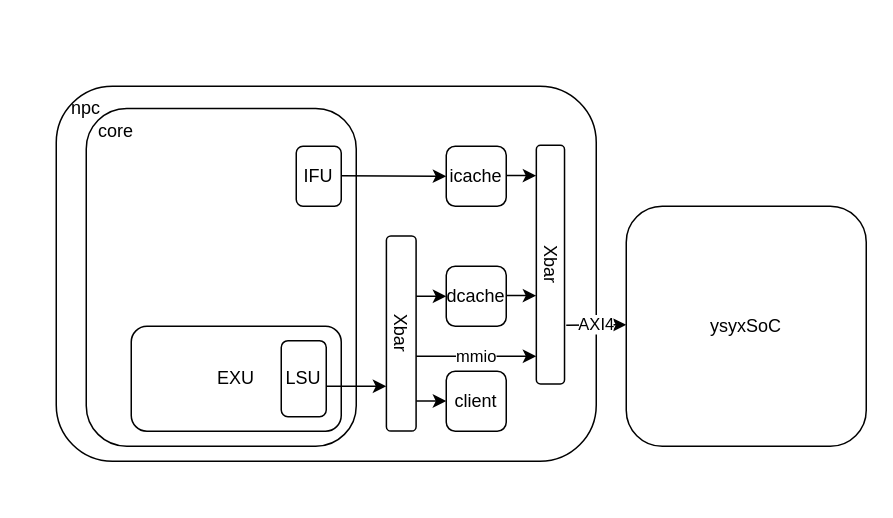
Above: npc_architecture.drawio in DavidZyy/drawio_repo (draw.io), before the change. Source tidied: cells renumbered, new cells numbered last; positions are measured from the earlier drawing's top-left corner, leaving out a move shared by most shapes. Both pictures are drawn from the tidied source at 150%, with x=0, y=0 at pixel (40, 86).
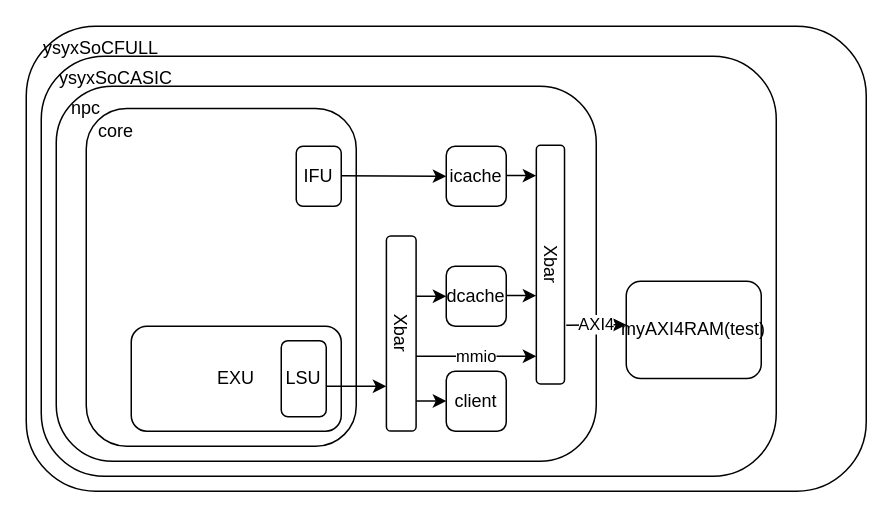
The same diagram, later.

Diff of the diagram source:
```diff
@@
+    <mxCell id="23" style="rounded=1;whiteSpace=wrap;html=1;fillColor=none;" parent="1" vertex="1">
+      <mxGeometry x="-10" y="-40" width="560" height="310" as="geometry" />
+    </mxCell>
+    <mxCell id="16" style="rounded=1;whiteSpace=wrap;html=1;fillColor=none;" parent="1" vertex="1">
+      <mxGeometry y="-20" width="490" height="280" as="geometry" />
+    </mxCell>
@@
-    <mxCell id="16" value="ysyxSoC" style="rounded=1;whiteSpace=wrap;html=1;fillColor=none;" parent="1" vertex="1">
-      <mxGeometry x="390" y="80" width="160" height="160" as="geometry" />
-    </mxCell>
@@
+    <mxCell id="24" value="ysyxSoCASIC" style="text;strokeColor=none;align=center;fillColor=none;html=1;verticalAlign=middle;whiteSpace=wrap;rounded=0;" parent="1" vertex="1">
+      <mxGeometry x="20" y="-20" width="60" height="30" as="geometry" />
+    </mxCell>
+    <mxCell id="25" value="ysyxSoCFULL" style="text;strokeColor=none;align=center;fillColor=none;html=1;verticalAlign=middle;whiteSpace=wrap;rounded=0;" parent="1" vertex="1">
+      <mxGeometry x="10" y="-40" width="60" height="30" as="geometry" />
+    </mxCell>
+    <mxCell id="26" value="myAXI4RAM(test)" style="rounded=1;whiteSpace=wrap;html=1;" parent="1" vertex="1">
+      <mxGeometry x="390" y="130" width="90" height="64.9" as="geometry" />
+    </mxCell>
```
